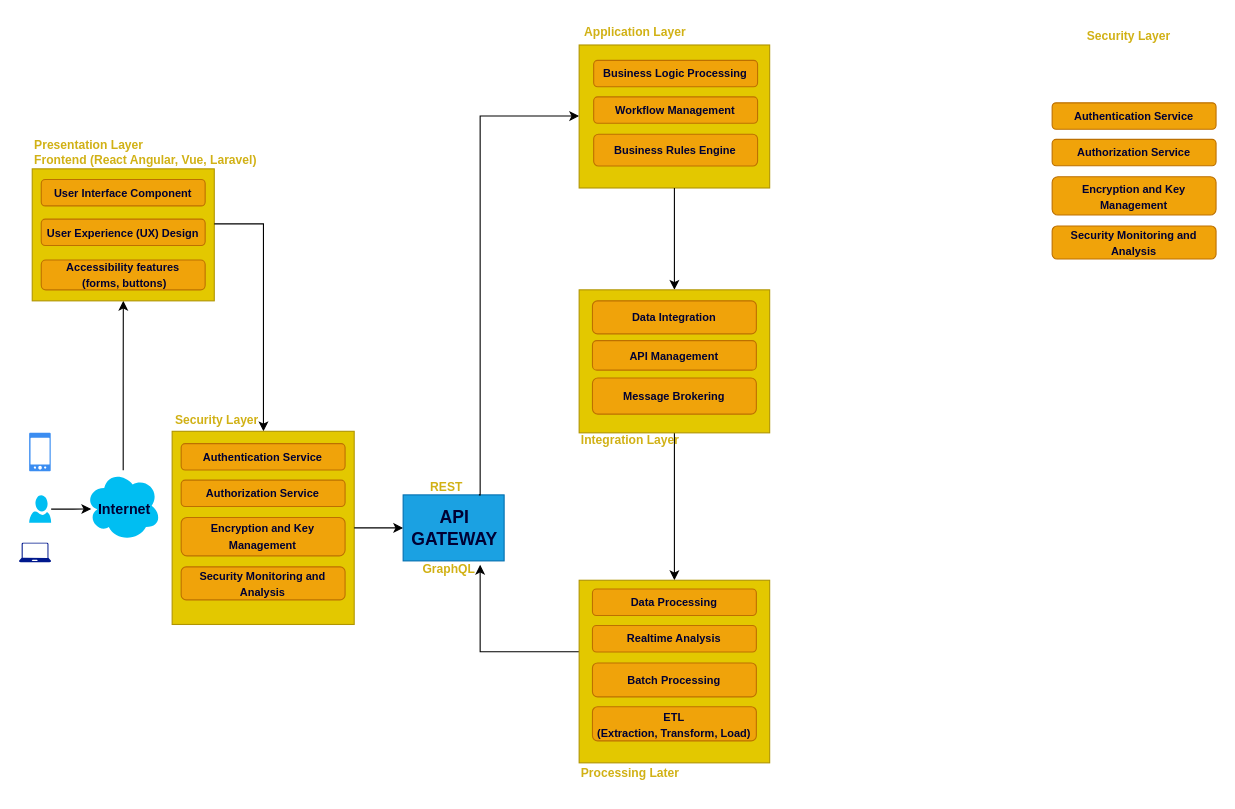
dabiko/draw-io keeps this draw.io diagram as IMS.drawio. Above is the earlier version. Source tidied: cells renumbered, new cells numbered last; positions are measured from the earlier drawing's top-left corner, leaving out a move shared by most shapes. Both pictures are drawn from the tidied source at 110%, with x=0, y=0 at pixel (19, 25).
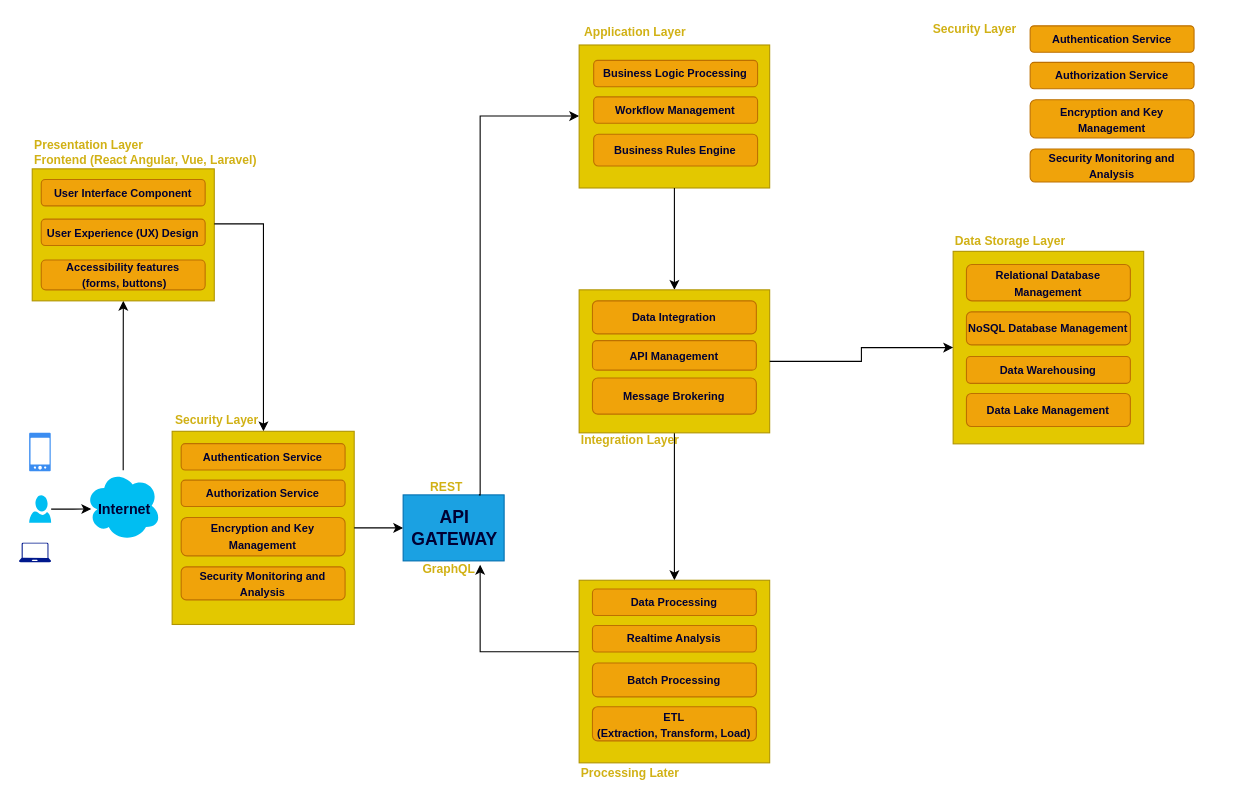
The same diagram, later.

Commit message:
Data Storage layer

Unchanged cells that the change refers to:
```xml
<mxCell id="46" style="whiteSpace=wrap;html=1;fillColor=#e3c800;fontColor=#000000;strokeColor=#B09500;" parent="45" vertex="1">
  <mxGeometry width="173.2" height="130" as="geometry" />
</mxCell>
```

The edit, as a diff of the source:
```diff
@@
     <mxCell id="23" value="&lt;font size=&quot;1&quot; color=&quot;#000033&quot;&gt;&lt;b style=&quot;&quot;&gt;Authentication Service&lt;/b&gt;&lt;/font&gt;" style="rounded=1;whiteSpace=wrap;html=1;fillColor=#f0a30a;fontColor=#000000;strokeColor=#BD7000;" parent="1" vertex="1">
-      <mxGeometry x="939" y="70" width="149" height="24" as="geometry" />
+      <mxGeometry x="919" width="149" height="24" as="geometry" />
     </mxCell>
     <mxCell id="24" value="&lt;font size=&quot;1&quot; color=&quot;#000033&quot;&gt;&lt;b style=&quot;&quot;&gt;Authorization Service&lt;/b&gt;&lt;/font&gt;" style="rounded=1;whiteSpace=wrap;html=1;fillColor=#f0a30a;fontColor=#000000;strokeColor=#BD7000;" parent="1" vertex="1">
-      <mxGeometry x="939" y="103.2" width="149" height="24" as="geometry" />
+      <mxGeometry x="919" y="33.2" width="149" height="24" as="geometry" />
     </mxCell>
     <mxCell id="25" value="&lt;b style=&quot;color: rgb(0, 0, 51);&quot;&gt;&lt;font style=&quot;font-size: 10px;&quot;&gt;Encryption and Key Management&lt;/font&gt;&lt;/b&gt;" style="rounded=1;whiteSpace=wrap;html=1;fillColor=#f0a30a;fontColor=#000000;strokeColor=#BD7000;" parent="1" vertex="1">
-      <mxGeometry x="939" y="137.2" width="149" height="34.8" as="geometry" />
+      <mxGeometry x="919" y="67.2" width="149" height="34.8" as="geometry" />
     </mxCell>
     <mxCell id="26" value="&lt;font color=&quot;#000033&quot;&gt;&lt;span style=&quot;font-size: 10px;&quot;&gt;&lt;b&gt;Security Monitoring and Analysis&lt;/b&gt;&lt;/span&gt;&lt;/font&gt;" style="rounded=1;whiteSpace=wrap;html=1;fillColor=#f0a30a;fontColor=#000000;strokeColor=#BD7000;" parent="1" vertex="1">
-      <mxGeometry x="939" y="182" width="149" height="30" as="geometry" />
+      <mxGeometry x="919" y="112" width="149" height="30" as="geometry" />
     </mxCell>
-    <mxCell id="27" value="&lt;span style=&quot;color: rgb(209, 177, 21); font-weight: 700; text-wrap: nowrap; font-size: 11px;&quot;&gt;&lt;font style=&quot;font-size: 11px;&quot;&gt;Security Layer&lt;/font&gt;&lt;/span&gt;&lt;div style=&quot;color: rgb(209, 177, 21); font-weight: 700; text-wrap: nowrap; font-size: 11px;&quot;&gt;&lt;br&gt;&lt;/div&gt;" style="text;html=1;align=left;verticalAlign=middle;whiteSpace=wrap;rounded=0;" parent="1" vertex="1">
-      <mxGeometry x="969" width="90" height="30" as="geometry" />
+    <mxCell id="27" value="&lt;span style=&quot;color: rgb(209, 177, 21); font-weight: 700; text-wrap: nowrap; font-size: 11px;&quot;&gt;&lt;font style=&quot;font-size: 11px;&quot;&gt;Data Storage Layer&lt;/font&gt;&lt;/span&gt;&lt;div style=&quot;color: rgb(209, 177, 21); font-weight: 700; text-wrap: nowrap; font-size: 11px;&quot;&gt;&lt;br&gt;&lt;/div&gt;" style="text;html=1;align=left;verticalAlign=middle;whiteSpace=wrap;rounded=0;" parent="1" vertex="1">
+      <mxGeometry x="849" y="187" width="120" height="30" as="geometry" />
     </mxCell>
@@
+    <mxCell id="58" style="whiteSpace=wrap;html=1;fillColor=#e3c800;fontColor=#000000;strokeColor=#B09500;" parent="1" vertex="1">
+      <mxGeometry x="849" y="205" width="173.2" height="175" as="geometry" />
+    </mxCell>
+    <mxCell id="59" style="edgeStyle=orthogonalEdgeStyle;rounded=0;jettySize=auto;html=1;" parent="1" edge="1" source="46" target="58">
+      <mxGeometry relative="1" as="geometry" />
+    </mxCell>
+    <mxCell id="60" value="&lt;font size=&quot;1&quot; color=&quot;#000033&quot;&gt;&lt;b style=&quot;&quot;&gt;Relational Database Management&lt;/b&gt;&lt;/font&gt;" style="rounded=1;whiteSpace=wrap;html=1;fillColor=#f0a30a;fontColor=#000000;strokeColor=#BD7000;" parent="1" vertex="1">
+      <mxGeometry x="861.1" y="217" width="149" height="33" as="geometry" />
+    </mxCell>
+    <mxCell id="61" value="&lt;b style=&quot;color: rgb(0, 0, 51); font-size: x-small;&quot;&gt;NoSQL Database Management&lt;/b&gt;" style="rounded=1;whiteSpace=wrap;html=1;fillColor=#f0a30a;fontColor=#000000;strokeColor=#BD7000;" parent="1" vertex="1">
+      <mxGeometry x="861.1" y="260" width="149" height="30" as="geometry" />
+    </mxCell>
+    <mxCell id="62" value="&lt;b style=&quot;color: rgb(0, 0, 51);&quot;&gt;&lt;font style=&quot;font-size: 10px;&quot;&gt;Data Warehousing&lt;/font&gt;&lt;/b&gt;" style="rounded=1;whiteSpace=wrap;html=1;fillColor=#f0a30a;fontColor=#000000;strokeColor=#BD7000;" parent="1" vertex="1">
+      <mxGeometry x="861.1" y="300.6" width="149" height="24.4" as="geometry" />
+    </mxCell>
+    <mxCell id="63" value="&lt;font color=&quot;#000033&quot;&gt;&lt;span style=&quot;font-size: 10px;&quot;&gt;&lt;b&gt;Data Lake Management&lt;/b&gt;&lt;/span&gt;&lt;/font&gt;" style="rounded=1;whiteSpace=wrap;html=1;fillColor=#f0a30a;fontColor=#000000;strokeColor=#BD7000;" parent="1" vertex="1">
+      <mxGeometry x="861.1" y="334.2" width="149" height="30" as="geometry" />
+    </mxCell>
+    <mxCell id="64" value="&lt;span style=&quot;color: rgb(209, 177, 21); font-weight: 700; text-wrap: nowrap; font-size: 11px;&quot;&gt;&lt;font style=&quot;font-size: 11px;&quot;&gt;Security Layer&lt;/font&gt;&lt;/span&gt;&lt;div style=&quot;color: rgb(209, 177, 21); font-weight: 700; text-wrap: nowrap; font-size: 11px;&quot;&gt;&lt;br&gt;&lt;/div&gt;" style="text;html=1;align=left;verticalAlign=middle;whiteSpace=wrap;rounded=0;" parent="1" vertex="1">
+      <mxGeometry x="829" y="-6" width="90" height="30" as="geometry" />
+    </mxCell>
```
